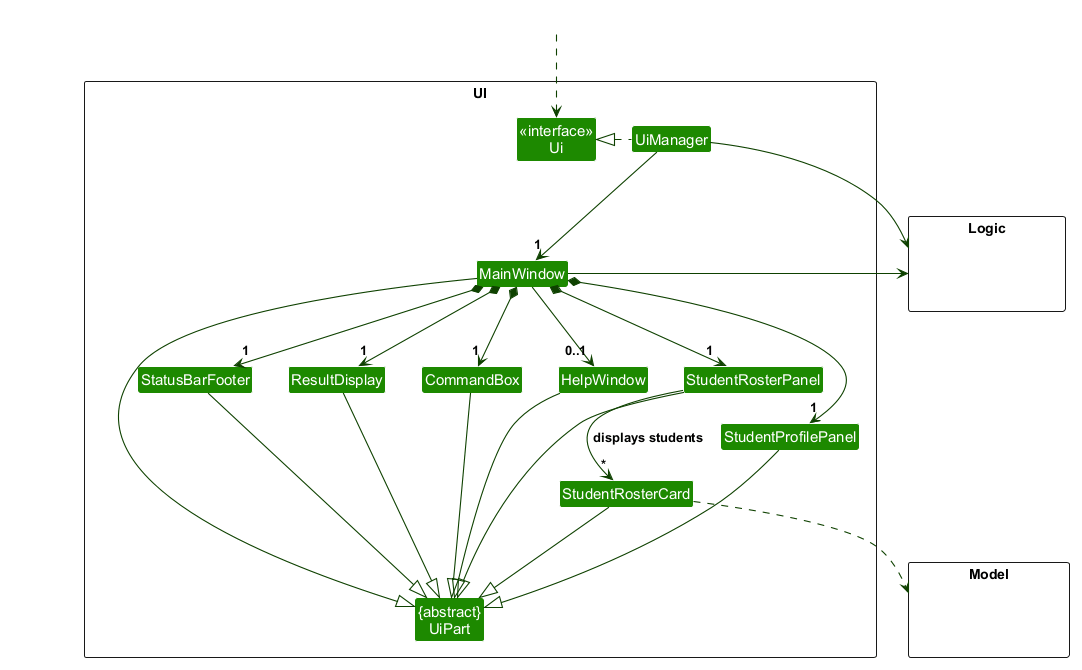
AY2627S1-CS2103T-F09-1/tp keeps this PlantUML diagram as docs/images/UiClassDiagram.png. Above is the earlier version.
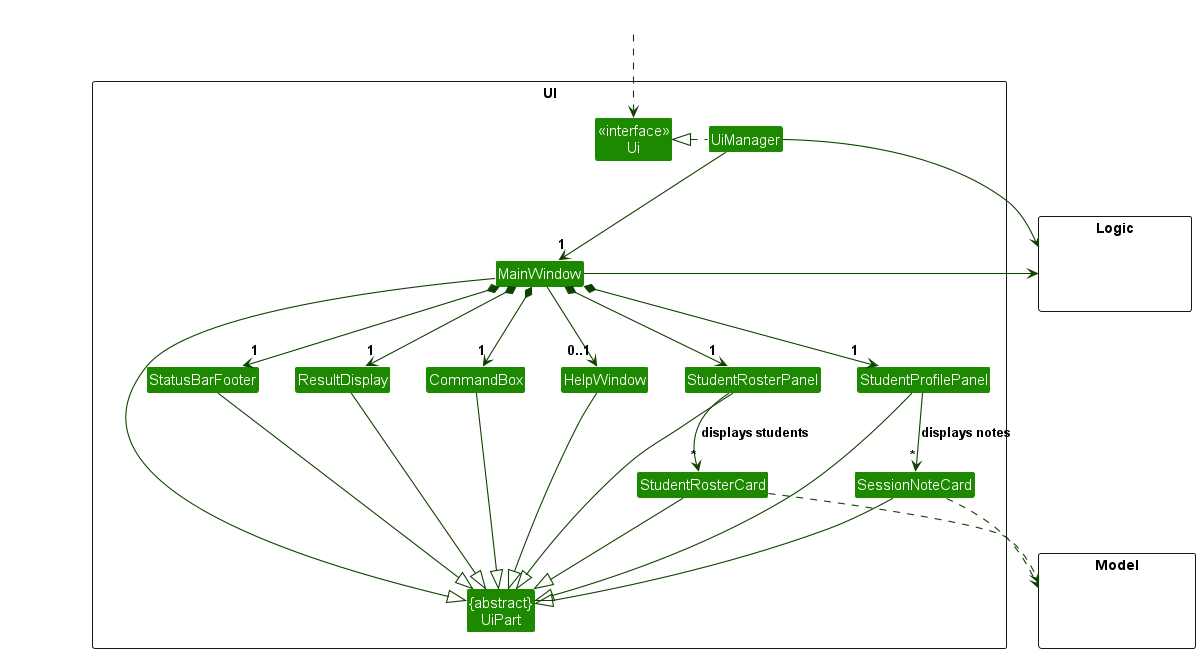
Later version of the same file.

Commit message:
Regenerate the UI class diagram

Change to the diagram source:
```diff
@@ -14,6 +14,7 @@
 Class StudentRosterPanel
 Class StudentProfilePanel
 Class StudentRosterCard
+Class SessionNoteCard
 Class StatusBarFooter
 Class CommandBox
 }
@@ -39,6 +40,7 @@
 MainWindow --> "0..1" HelpWindow
 
 StudentRosterPanel -down-> "*" StudentRosterCard : displays students
+StudentProfilePanel -down-> "*" SessionNoteCard : displays notes
 
 MainWindow -left-|> UiPart
 
@@ -47,10 +49,12 @@
 StudentRosterPanel --|> UiPart
 StudentProfilePanel --|> UiPart
 StudentRosterCard --|> UiPart
+SessionNoteCard --|> UiPart
 StatusBarFooter --|> UiPart
 HelpWindow --|> UiPart
 
 StudentRosterCard ..> Model
+SessionNoteCard ..> Model
 UiManager -right-> Logic
 MainWindow -left-> Logic
 
```
